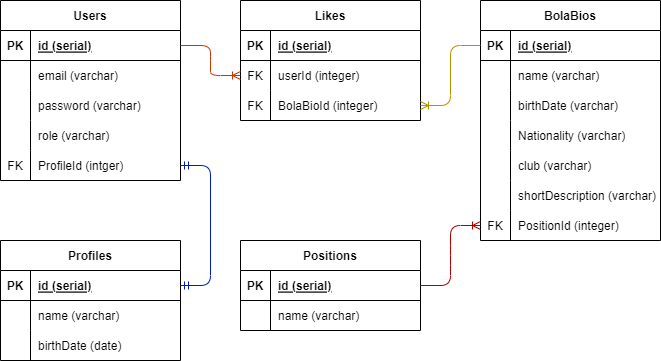
Before: ERD/schema-Super-Soccer.drawio.png, a diagram exported from draw.io (PrimalDest/Super-Soccer). Source tidied: cells renumbered, new cells last; positions are measured from the earlier drawing's top-left corner, leaving out a move shared by most shapes.
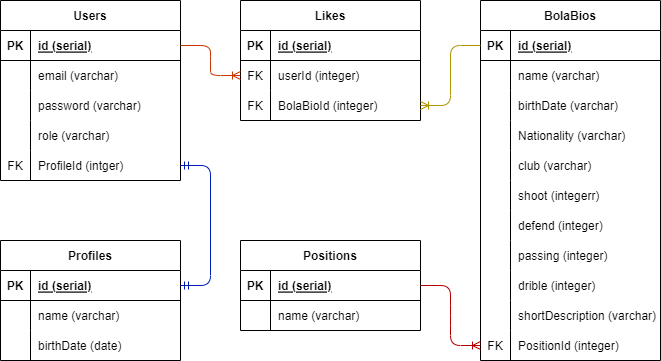
Above is the later version.

Change to the diagram source:
```diff
@@ -81,7 +81,7 @@
       <mxGeometry x="30" width="150" height="30" as="geometry" />
     </mxCell>
     <mxCell id="28" value="BolaBios" style="shape=table;startSize=30;rowLines=0;fontStyle=1;align=center;" parent="1" vertex="1">
-      <mxGeometry x="480" width="180" height="240" as="geometry" />
+      <mxGeometry x="480" width="180" height="360" as="geometry" />
     </mxCell>
     <mxCell id="29" style="shape=tableRow;horizontal=0;startSize=0;swimlaneHead=0;swimlaneBody=0;fillColor=none;points=[[0,0.5],[1,0.5]];portConstraint=eastwest;top=0;left=0;right=0;bottom=1;" parent="28" vertex="1">
       <mxGeometry y="30" width="180" height="30" as="geometry" />
@@ -134,11 +134,47 @@
     <mxCell id="45" style="shape=partialRectangle;fillColor=none;top=0;left=0;bottom=0;right=0;overflow=hidden;" parent="44" vertex="1">
       <mxGeometry width="30" height="30" as="geometry" />
     </mxCell>
-    <mxCell id="46" value="shortDescription (varchar)" style="shape=partialRectangle;fillColor=none;top=0;left=0;bottom=0;right=0;align=left;spacingLeft=6;overflow=hidden;" parent="44" vertex="1">
+    <mxCell id="46" value="shoot (integerr)" style="shape=partialRectangle;fillColor=none;top=0;left=0;bottom=0;right=0;align=left;spacingLeft=6;overflow=hidden;" parent="44" vertex="1">
       <mxGeometry x="30" width="150" height="30" as="geometry" />
     </mxCell>
+    <mxCell id="71" style="shape=tableRow;horizontal=0;startSize=0;swimlaneHead=0;swimlaneBody=0;fillColor=none;top=0;left=0;right=0;bottom=0;" parent="28" vertex="1">
+      <mxGeometry y="210" width="180" height="30" as="geometry" />
+    </mxCell>
+    <mxCell id="72" style="shape=partialRectangle;fillColor=none;top=0;left=0;bottom=0;right=0;overflow=hidden;" parent="71" vertex="1">
+      <mxGeometry width="30" height="30" as="geometry" />
+    </mxCell>
+    <mxCell id="73" value="defend (integer)" style="shape=partialRectangle;fillColor=none;top=0;left=0;bottom=0;right=0;align=left;spacingLeft=6;overflow=hidden;" parent="71" vertex="1">
+      <mxGeometry x="30" width="150" height="30" as="geometry" />
+    </mxCell>
+    <mxCell id="74" style="shape=tableRow;horizontal=0;startSize=0;swimlaneHead=0;swimlaneBody=0;fillColor=none;top=0;left=0;right=0;bottom=0;" parent="28" vertex="1">
+      <mxGeometry y="240" width="180" height="30" as="geometry" />
+    </mxCell>
+    <mxCell id="75" style="shape=partialRectangle;fillColor=none;top=0;left=0;bottom=0;right=0;overflow=hidden;" parent="74" vertex="1">
+      <mxGeometry width="30" height="30" as="geometry" />
+    </mxCell>
+    <mxCell id="76" value="passing (integer)" style="shape=partialRectangle;fillColor=none;top=0;left=0;bottom=0;right=0;align=left;spacingLeft=6;overflow=hidden;" parent="74" vertex="1">
+      <mxGeometry x="30" width="150" height="30" as="geometry" />
+    </mxCell>
+    <mxCell id="77" style="shape=tableRow;horizontal=0;startSize=0;swimlaneHead=0;swimlaneBody=0;fillColor=none;top=0;left=0;right=0;bottom=0;" parent="28" vertex="1">
+      <mxGeometry y="270" width="180" height="30" as="geometry" />
+    </mxCell>
+    <mxCell id="78" style="shape=partialRectangle;fillColor=none;top=0;left=0;bottom=0;right=0;overflow=hidden;" parent="77" vertex="1">
+      <mxGeometry width="30" height="30" as="geometry" />
+    </mxCell>
+    <mxCell id="79" value="drible (integer)" style="shape=partialRectangle;fillColor=none;top=0;left=0;bottom=0;right=0;align=left;spacingLeft=6;overflow=hidden;" parent="77" vertex="1">
+      <mxGeometry x="30" width="150" height="30" as="geometry" />
+    </mxCell>
+    <mxCell id="80" style="shape=tableRow;horizontal=0;startSize=0;swimlaneHead=0;swimlaneBody=0;fillColor=none;top=0;left=0;right=0;bottom=0;" parent="28" vertex="1">
+      <mxGeometry y="300" width="180" height="30" as="geometry" />
+    </mxCell>
+    <mxCell id="81" style="shape=partialRectangle;fillColor=none;top=0;left=0;bottom=0;right=0;overflow=hidden;" parent="80" vertex="1">
+      <mxGeometry width="30" height="30" as="geometry" />
+    </mxCell>
+    <mxCell id="82" value="shortDescription (varchar)" style="shape=partialRectangle;fillColor=none;top=0;left=0;bottom=0;right=0;align=left;spacingLeft=6;overflow=hidden;" parent="80" vertex="1">
+      <mxGeometry x="30" width="150" height="30" as="geometry" />
+    </mxCell>
     <mxCell id="47" style="shape=tableRow;horizontal=0;startSize=0;swimlaneHead=0;swimlaneBody=0;fillColor=none;points=[[0,0.5],[1,0.5]];portConstraint=eastwest;top=0;left=0;right=0;bottom=0;" parent="28" vertex="1">
-      <mxGeometry y="210" width="180" height="30" as="geometry" />
+      <mxGeometry y="330" width="180" height="30" as="geometry" />
     </mxCell>
     <mxCell id="48" value="FK" style="shape=partialRectangle;fillColor=none;top=0;left=0;bottom=0;right=0;overflow=hidden;" parent="47" vertex="1">
       <mxGeometry width="30" height="30" as="geometry" />
```
